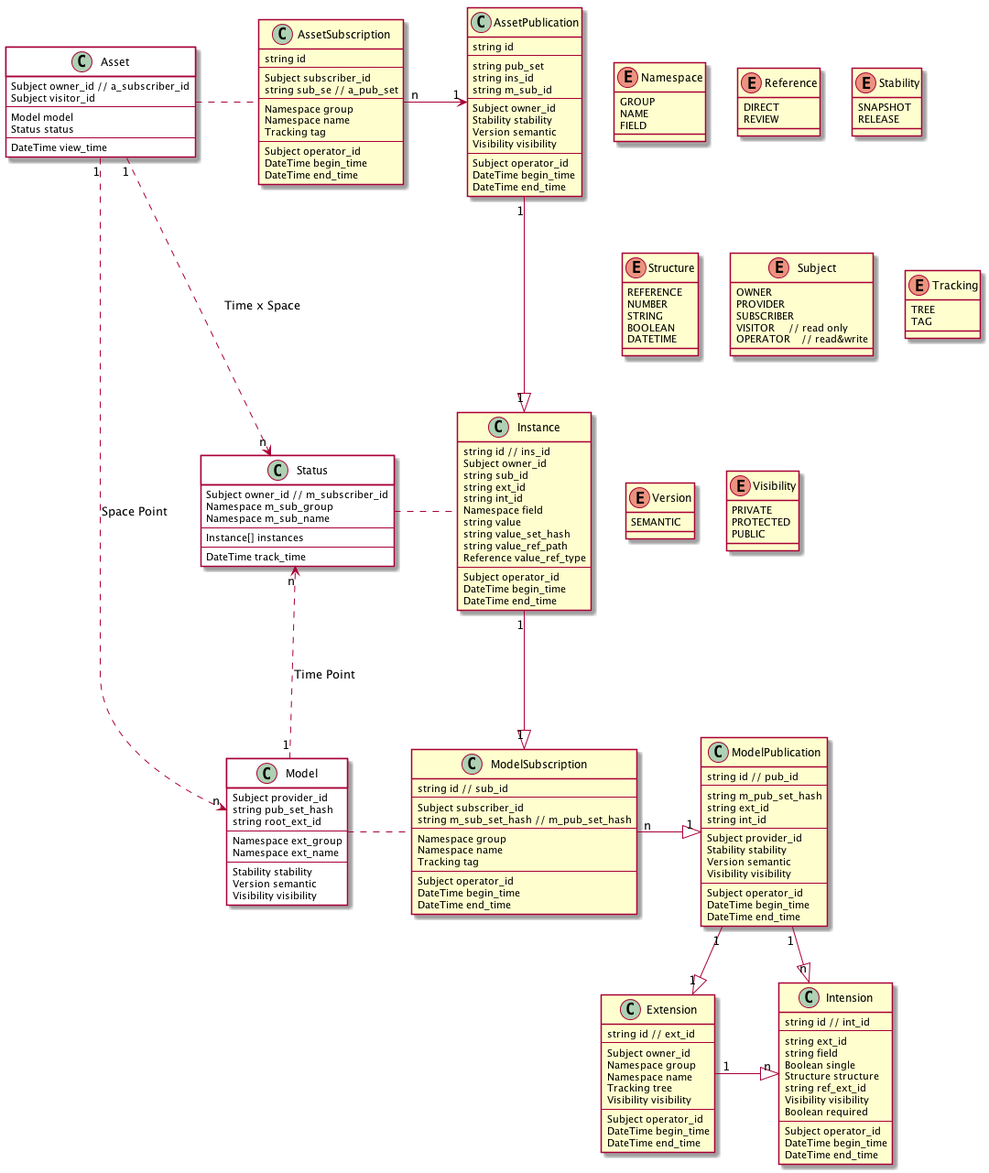
Before: kiimate.png, a diagram exported from PlantUML (SINeWang/kiimate).
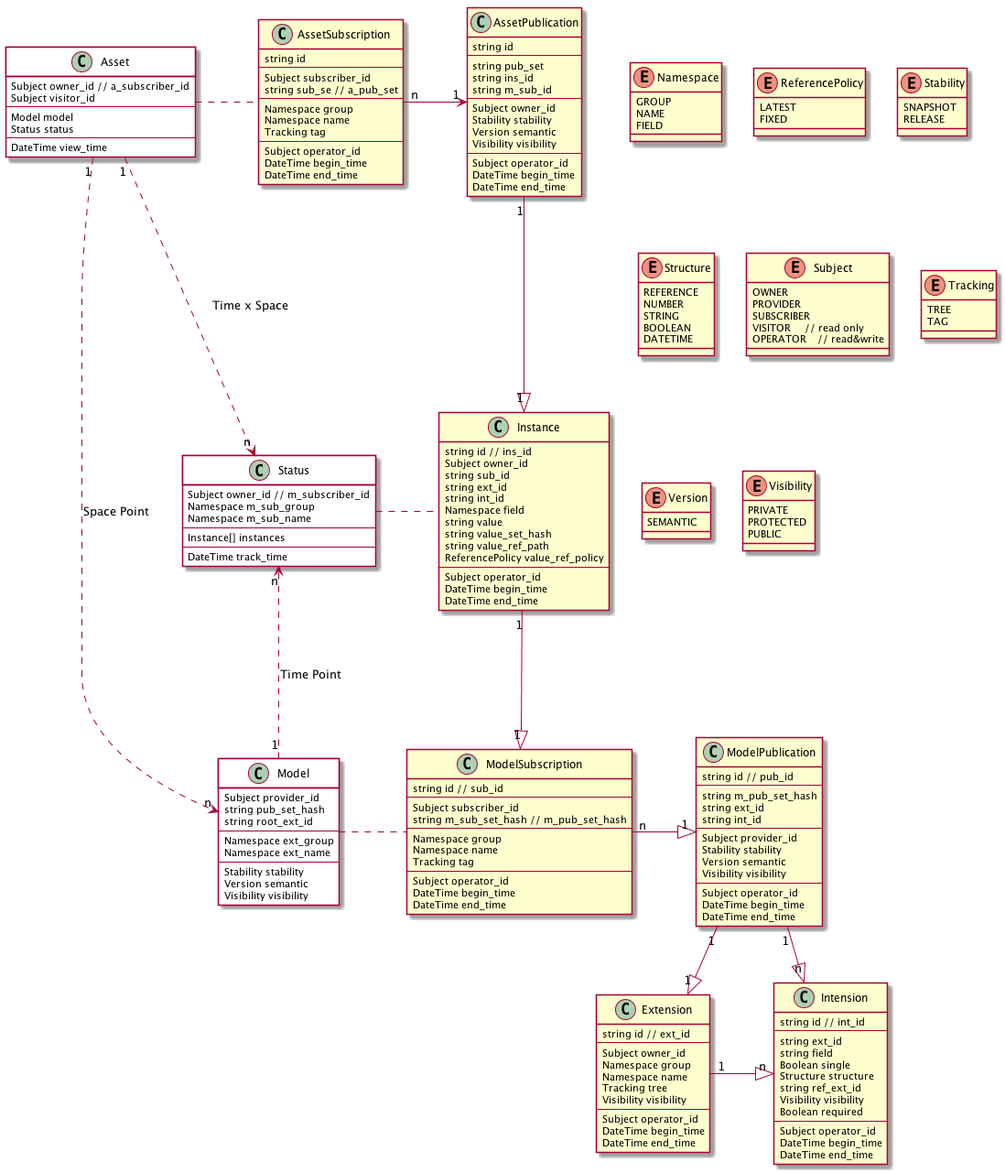
The same file after the commit.

Commit message:
rename ref_type as ref_policy

What changed in the source:
```diff
@@ -167,7 +167,7 @@
     string value
     string value_set_hash
     string value_ref_path
-    Reference value_ref_type
+    ReferencePolicy value_ref_policy
     ---
     Subject operator_id
     DateTime begin_time
@@ -182,9 +182,9 @@
     NAME
     FIELD
 }
-enum Reference {
-    DIRECT
-    REVIEW
+enum ReferencePolicy {
+    LATEST
+    FIXED
 }
 
 enum Stability {
```
